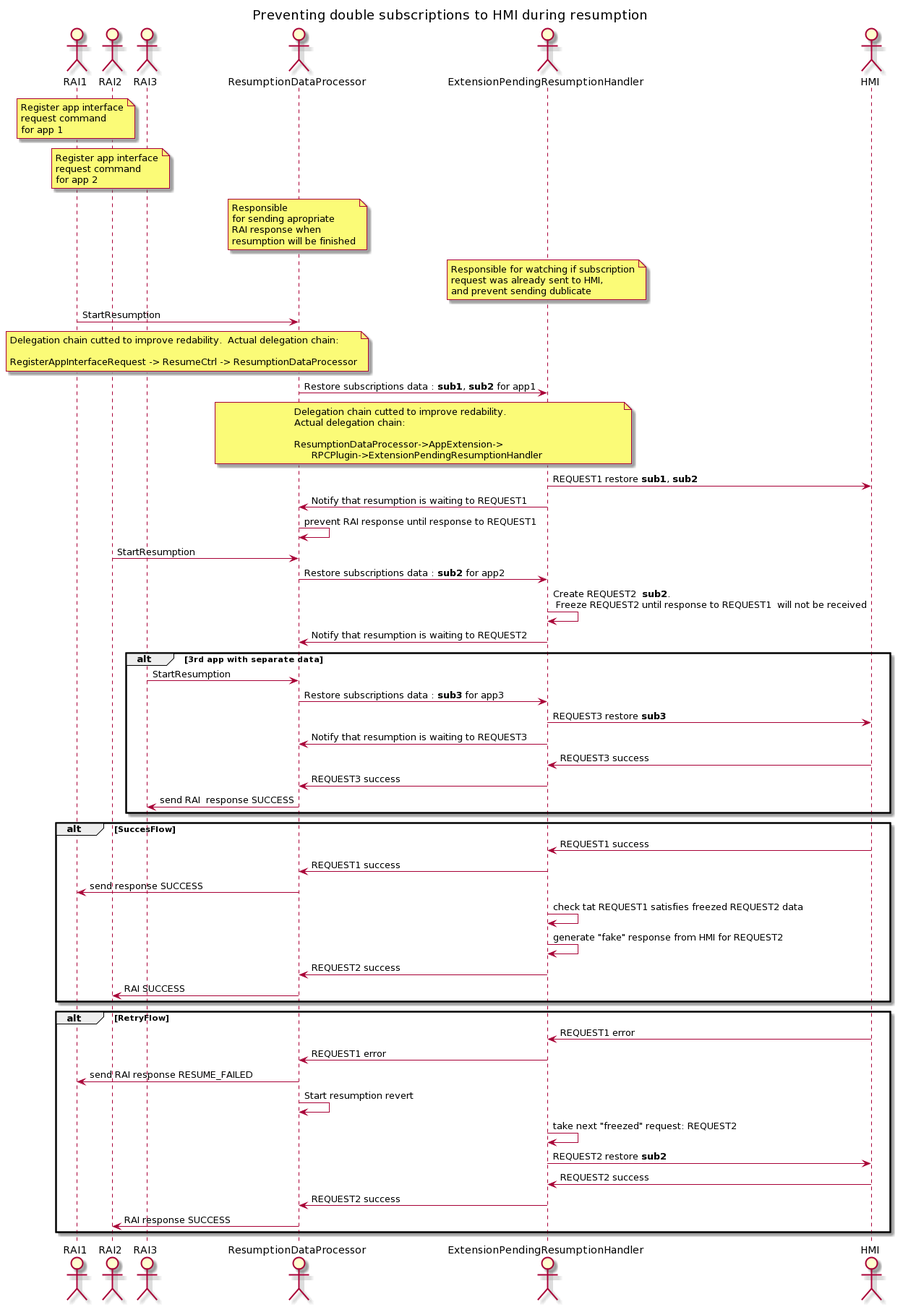
Earlier version of the PlantUML export docs/Developer Documentation/ResumeController/assets/subscriptions_restore_sequence.png (smartdevicelink/sdl_core_guides).
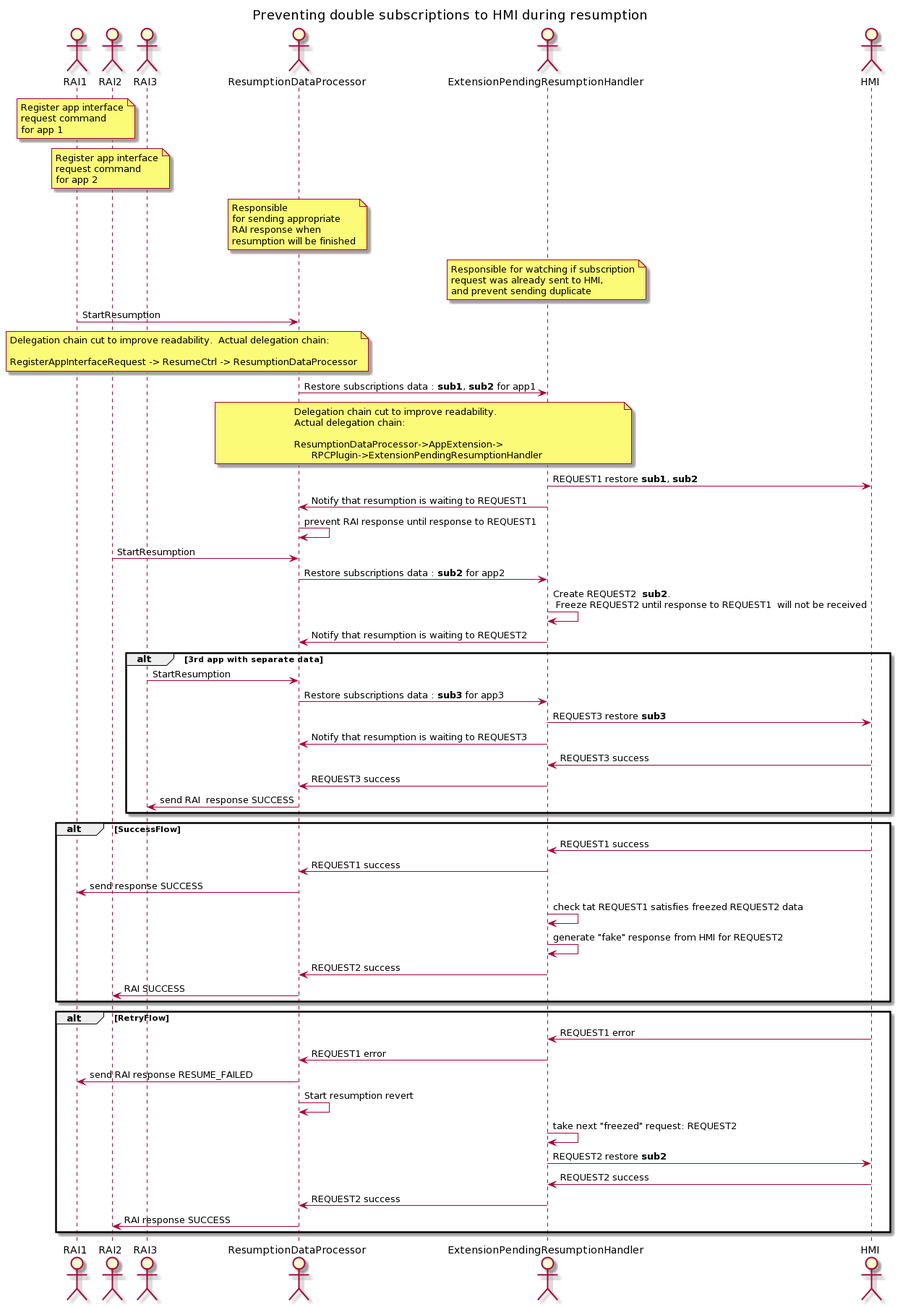
After the change.

The edit, as a diff of the source:
```diff
@@ -23,7 +23,7 @@
 
 note over ResumptionDataProcessor
   Responsible
-  for sending apropriate
+  for sending appropriate
   RAI response when
   resumption will be finished
 end note
@@ -31,19 +31,19 @@
 note over ExtensionPendingResumptionHandler
   Responsible for watching if subscription
   request was already sent to HMI,
-  and prevent sending dublicate
+  and prevent sending duplicate
 end note
 
 RAI1 -> ResumptionDataProcessor : StartResumption
 note over RAI1, ResumptionDataProcessor
-  Delegation chain cutted to improve redability.  Actual delegation chain:
+  Delegation chain cut to improve readability.  Actual delegation chain:
 
   RegisterAppInterfaceRequest -> ResumeCtrl -> ResumptionDataProcessor
 end note
 
 ResumptionDataProcessor -> ExtensionPendingResumptionHandler : Restore subscriptions data : **sub1**, **sub2** for app1
 note over ResumptionDataProcessor, ExtensionPendingResumptionHandler
-  Delegation chain cutted to improve redability.
+  Delegation chain cut to improve readability.
   Actual delegation chain:
 
   ResumptionDataProcessor->AppExtension->
@@ -67,7 +67,7 @@
 ResumptionDataProcessor -> RAI3 : send RAI  response SUCCESS
 end
 
-alt SuccesFlow
+alt SuccessFlow
 HMI -> ExtensionPendingResumptionHandler : REQUEST1 success
 ExtensionPendingResumptionHandler -> ResumptionDataProcessor :  REQUEST1 success
 ResumptionDataProcessor -> RAI1 : send response SUCCESS
```
